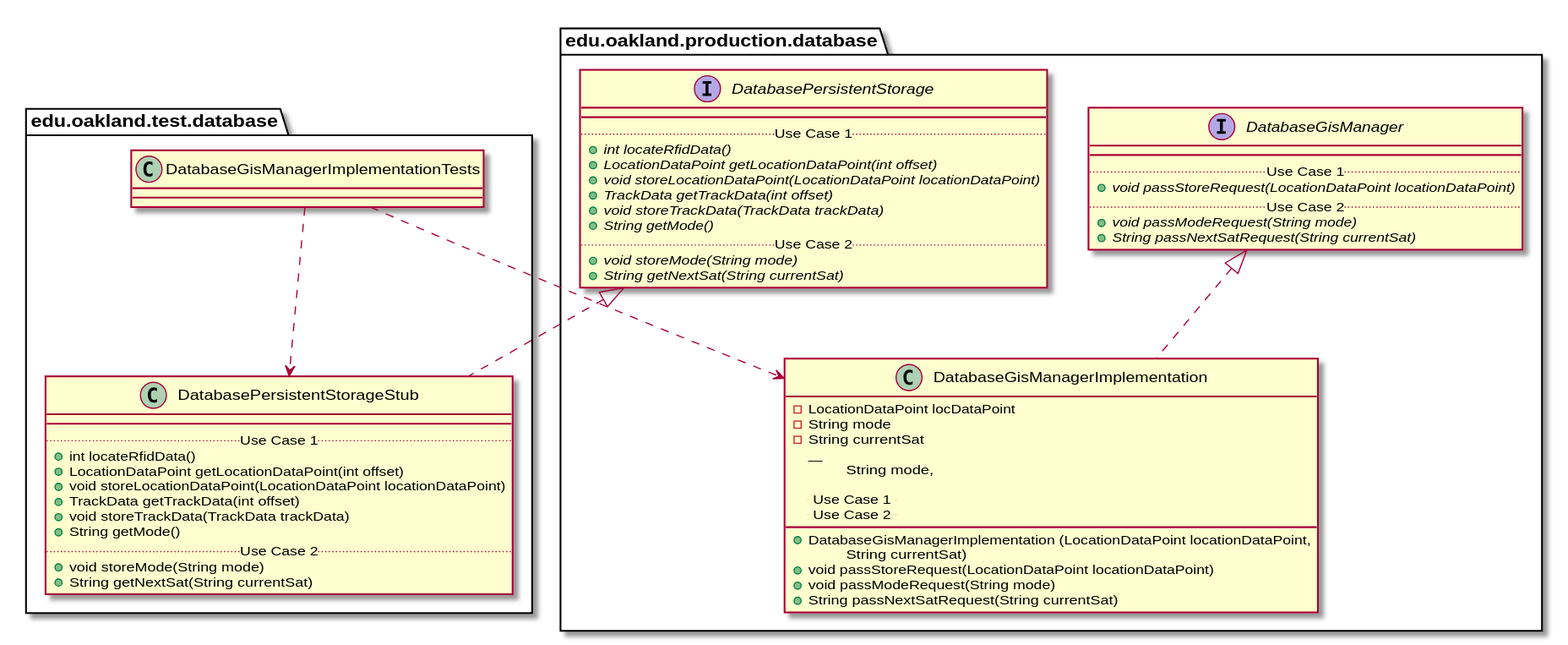
elilley15/csi-3370-software-project keeps this PlantUML diagram as docs/uml-class-diagrams/database/test/DatabaseGisManagerImplementationTests/DatabaseGisManagerImplementationTests_Closure.svg. Above is the earlier version. The source it was exported from:
```plantuml
@startuml DatabaseGisManagerImplementationTests_Closure


package edu.oakland.test.database {
    class DatabaseGisManagerImplementationTests {

    }
}




package edu.oakland.test.database {
    class DatabasePersistentStorageStub {
        __
        .. Use Case 1 ..
        + int locateRfidData()
        + LocationDataPoint getLocationDataPoint(int offset)
        + void storeLocationDataPoint(LocationDataPoint locationDataPoint)
        + TrackData getTrackData(int offset)
        + void storeTrackData(TrackData trackData)
        + String getMode()
        .. Use Case 2 ..
        + void storeMode(String mode)
        + String getNextSat(String currentSat)
    }
}




package edu.oakland.production.database {
    interface DatabasePersistentStorage {
        __
        .. Use Case 1 ..
        {abstract} + int locateRfidData()
        {abstract} + LocationDataPoint getLocationDataPoint(int offset)
        {abstract} + void storeLocationDataPoint(LocationDataPoint locationDataPoint)
        {abstract} + TrackData getTrackData(int offset)
        {abstract} + void storeTrackData(TrackData trackData)
        {abstract} + String getMode()
        .. Use Case 2 ..
        {abstract} + void storeMode(String mode)
        {abstract} + String getNextSat(String currentSat)
    }
}






DatabasePersistentStorageStub .up.|> DatabasePersistentStorage



DatabaseGisManagerImplementationTests ..> DatabasePersistentStorageStub



package edu.oakland.production.database {
    class DatabaseGisManagerImplementation {
    	- LocationDataPoint locDataPoint
    	- String mode
    	- String currentSat
          __
        + DatabaseGisManagerImplementation (LocationDataPoint locationDataPoint,
        \tString mode,
        \tString currentSat)

        .. Use Case 1 ..
        + void passStoreRequest(LocationDataPoint locationDataPoint)
        .. Use Case 2 ..
        + void passModeRequest(String mode)
        + String passNextSatRequest(String currentSat)
    }
}




package edu.oakland.production.database {
    interface DatabaseGisManager {
        __
        .. Use Case 1 ..
        {abstract} + void passStoreRequest(LocationDataPoint locationDataPoint)
        .. Use Case 2 ..
        {abstract} + void passModeRequest(String mode)
        {abstract} + String passNextSatRequest(String currentSat)
    }
}






DatabaseGisManagerImplementation .up.|> DatabaseGisManager





DatabaseGisManagerImplementationTests ..> DatabaseGisManagerImplementation



@enduml
```
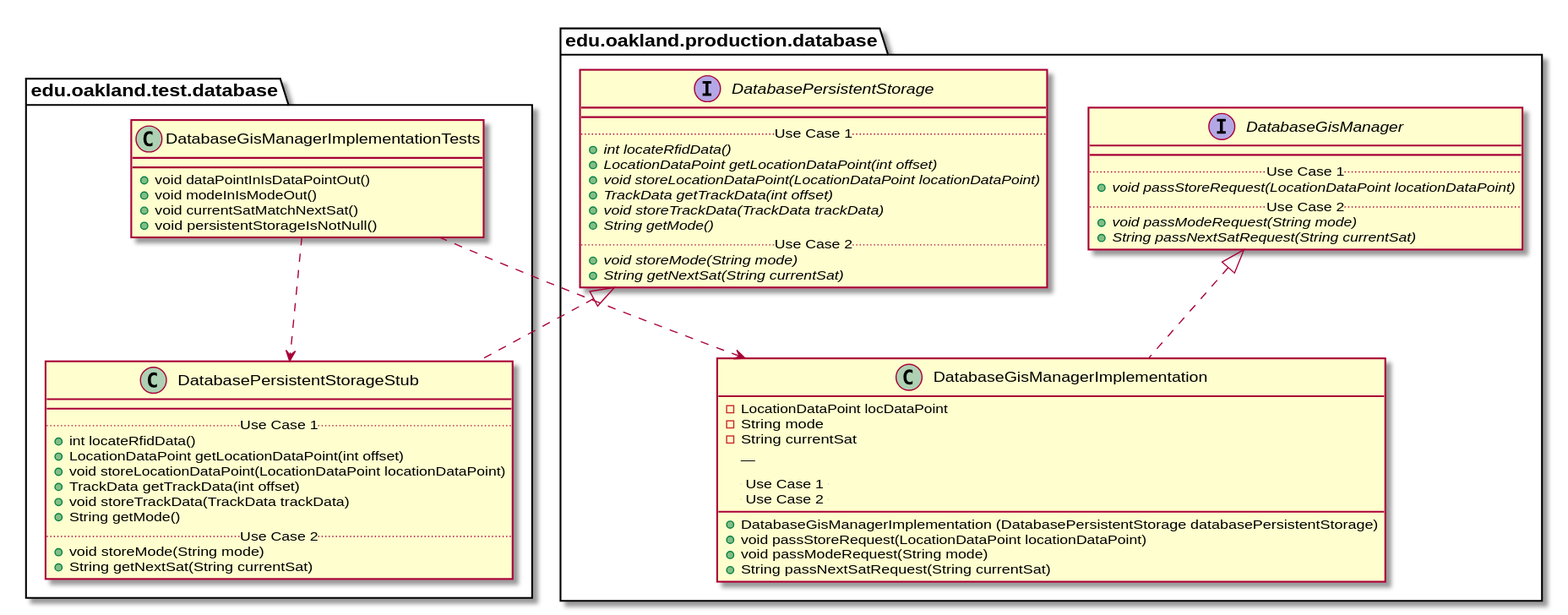
After the change.

Diff of the diagram source:
```diff
@@ -3,7 +3,10 @@
 
 package edu.oakland.test.database {
     class DatabaseGisManagerImplementationTests {
-
+        + void dataPointInIsDataPointOut()
+        + void modeInIsModeOut()
+        + void currentSatMatchNextSat()
+        + void persistentStorageIsNotNull()
     }
 }
 
@@ -64,9 +67,7 @@
     	- String mode
     	- String currentSat
           __
-        + DatabaseGisManagerImplementation (LocationDataPoint locationDataPoint,
-        \tString mode,
-        \tString currentSat)
+        + DatabaseGisManagerImplementation (DatabasePersistentStorage databasePersistentStorage)
 
         .. Use Case 1 ..
         + void passStoreRequest(LocationDataPoint locationDataPoint)
```
